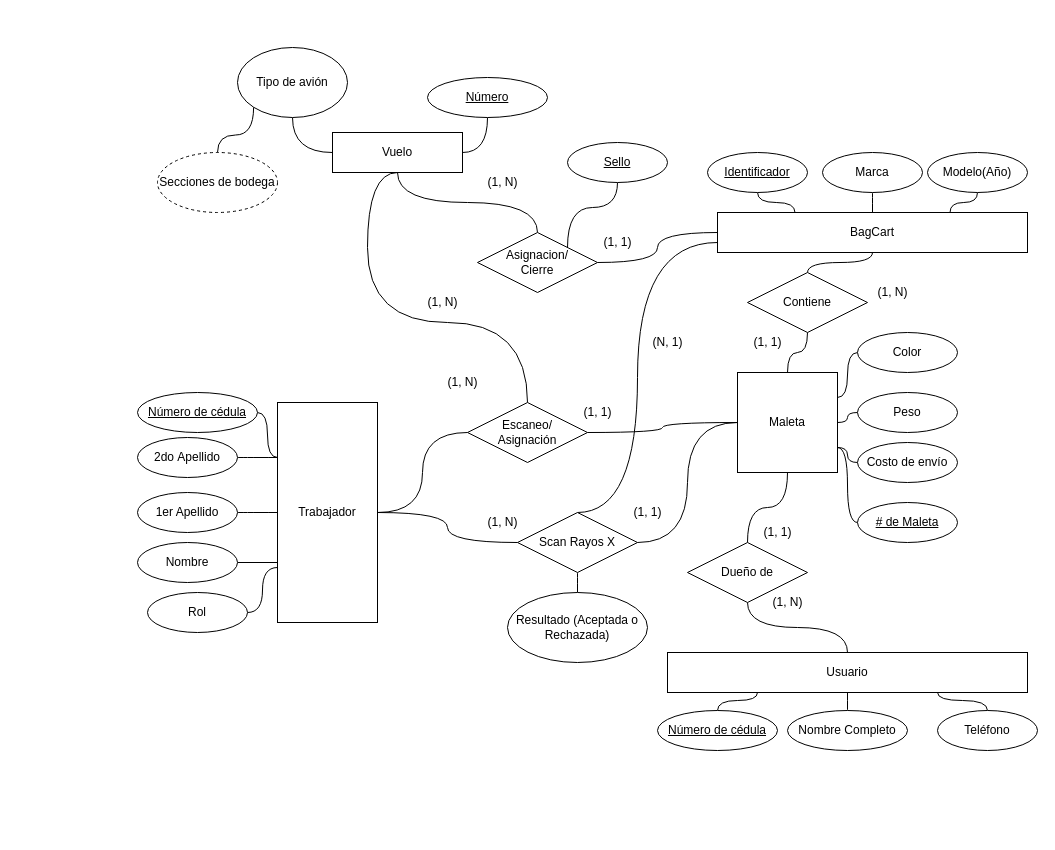
Above: doc/DiagramaER.drawio in itcr3442/CE3101-Tabas (draw.io), before the change. Source tidied: cells renumbered, new cells numbered last; positions are measured from the earlier drawing's top-left corner, leaving out a move shared by most shapes. Both pictures are drawn from the tidied source at 100%, with x=0, y=0 at pixel (137, 47).
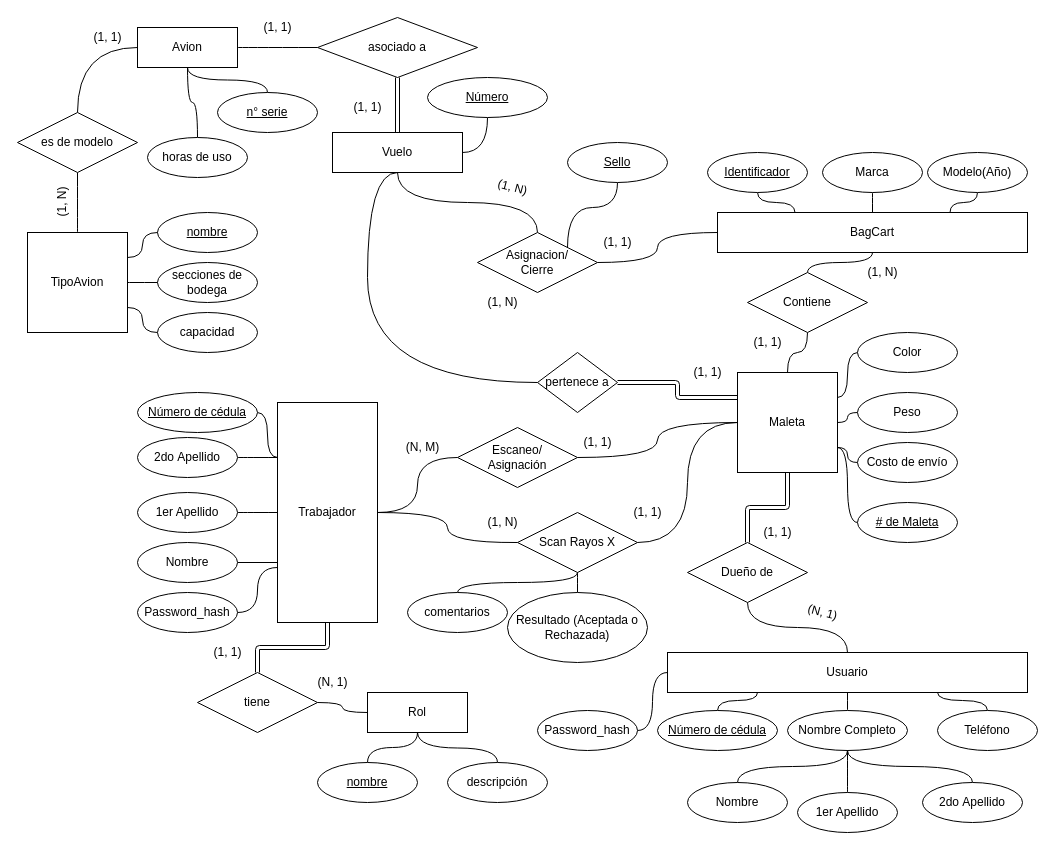
The same diagram, later.

Commit message (it also covers changes not shown here):
agregar correcciones a modelo conceptual. - Se modifica el diagrama ER - Cambios en código ilustrar las correciones del diagrama ER - Avance en mapeo a un modelo relacional (TC3)

Unchanged cells that the change refers to:
```xml
<mxCell id="3" value="Trabajador" style="whiteSpace=wrap;html=1;align=center;" parent="1" vertex="1">
  <mxGeometry x="140" y="355" width="100" height="220" as="geometry" />
</mxCell>
<mxCell id="15" value="Maleta" style="whiteSpace=wrap;html=1;align=center;" parent="1" vertex="1">
  <mxGeometry x="600" y="325" width="100" height="100" as="geometry" />
</mxCell>
<mxCell id="24" value="Usuario" style="whiteSpace=wrap;html=1;align=center;" parent="1" vertex="1">
  <mxGeometry x="530" y="605" width="360" height="40" as="geometry" />
</mxCell>
<mxCell id="28" value="Nombre Completo" style="ellipse;whiteSpace=wrap;html=1;align=center;" parent="1" vertex="1">
  <mxGeometry x="650" y="663" width="120" height="40" as="geometry" />
</mxCell>
<mxCell id="32" value="Dueño de" style="shape=rhombus;perimeter=rhombusPerimeter;whiteSpace=wrap;html=1;align=center;" parent="1" vertex="1">
  <mxGeometry x="550" y="495" width="120" height="60" as="geometry" />
</mxCell>
<mxCell id="34" value="BagCart" style="whiteSpace=wrap;html=1;align=center;" parent="1" vertex="1">
  <mxGeometry x="580" y="165" width="310" height="40" as="geometry" />
</mxCell>
<mxCell id="45" value="Vuelo" style="whiteSpace=wrap;html=1;align=center;" parent="1" vertex="1">
  <mxGeometry x="195" y="85" width="130" height="40" as="geometry" />
</mxCell>
<mxCell id="57" value="Scan Rayos X" style="shape=rhombus;perimeter=rhombusPerimeter;whiteSpace=wrap;html=1;align=center;" parent="1" vertex="1">
  <mxGeometry x="380" y="465" width="120" height="60" as="geometry" />
</mxCell>
```

What changed in the source:
```diff
@@
-    <mxCell id="2" style="edgeStyle=orthogonalEdgeStyle;html=1;exitX=1;exitY=0.5;exitDx=0;exitDy=0;entryX=0;entryY=0.5;entryDx=0;entryDy=0;endArrow=none;endFill=0;curved=1;" parent="1" edge="1" source="3" target="57">
-      <mxGeometry relative="1" as="geometry" />
+    <mxCell id="2" style="edgeStyle=orthogonalEdgeStyle;html=1;exitX=1;exitY=0.5;exitDx=0;exitDy=0;endArrow=none;endFill=0;curved=1;" parent="1" edge="1" source="3">
+      <mxGeometry relative="1" as="geometry">
+        <mxPoint x="380" y="495" as="targetPoint" />
+      </mxGeometry>
     </mxCell>
+    <mxCell id="76" style="edgeStyle=orthogonalEdgeStyle;curved=1;html=1;exitX=0.5;exitY=1;exitDx=0;exitDy=0;entryX=0.5;entryY=0;entryDx=0;entryDy=0;endArrow=none;endFill=0;shape=link;" parent="1" edge="1" source="3" target="92">
+      <mxGeometry relative="1" as="geometry" />
+    </mxCell>
@@
-    <mxCell id="12" style="edgeStyle=orthogonalEdgeStyle;curved=1;html=1;exitX=1;exitY=0.5;exitDx=0;exitDy=0;entryX=0;entryY=0.75;entryDx=0;entryDy=0;endArrow=none;endFill=0;" parent="1" edge="1" source="13" target="3">
-      <mxGeometry relative="1" as="geometry" />
-    </mxCell>
-    <mxCell id="13" value="Rol" style="ellipse;whiteSpace=wrap;html=1;align=center;" parent="1" vertex="1">
-      <mxGeometry x="10" y="545" width="100" height="40" as="geometry" />
-    </mxCell>
-    <mxCell id="14" style="edgeStyle=orthogonalEdgeStyle;curved=1;html=1;exitX=0.5;exitY=1;exitDx=0;exitDy=0;entryX=0.5;entryY=0;entryDx=0;entryDy=0;endArrow=none;endFill=0;" parent="1" edge="1" source="15" target="32">
+    <mxCell id="14" style="edgeStyle=orthogonalEdgeStyle;curved=1;html=1;exitX=0.5;exitY=1;exitDx=0;exitDy=0;entryX=0.5;entryY=0;entryDx=0;entryDy=0;endArrow=none;endFill=0;shape=link;" parent="1" edge="1" source="15" target="32">
       <mxGeometry relative="1" as="geometry" />
     </mxCell>
@@
-    <mxCell id="44" style="edgeStyle=orthogonalEdgeStyle;html=1;exitX=0.5;exitY=1;exitDx=0;exitDy=0;entryX=0.5;entryY=0;entryDx=0;entryDy=0;endArrow=none;endFill=0;curved=1;" parent="1" edge="1" source="45" target="61">
-      <mxGeometry relative="1" as="geometry">
-        <Array as="points">
-          <mxPoint x="230" y="125" />
-          <mxPoint x="230" y="275" />
-          <mxPoint x="390" y="275" />
-        </Array>
-      </mxGeometry>
-    </mxCell>
+    <mxCell id="77" style="edgeStyle=orthogonalEdgeStyle;curved=1;html=1;exitX=0.5;exitY=0;exitDx=0;exitDy=0;entryX=0.5;entryY=1;entryDx=0;entryDy=0;endArrow=none;endFill=0;shape=link;" parent="1" edge="1" source="45" target="95">
+      <mxGeometry relative="1" as="geometry" />
+    </mxCell>
@@
-    <mxCell id="48" style="edgeStyle=orthogonalEdgeStyle;curved=1;html=1;exitX=0.5;exitY=1;exitDx=0;exitDy=0;entryX=0;entryY=0.5;entryDx=0;entryDy=0;endArrow=none;endFill=0;" parent="1" edge="1" source="50" target="45">
-      <mxGeometry relative="1" as="geometry" />
-    </mxCell>
-    <mxCell id="49" style="edgeStyle=orthogonalEdgeStyle;curved=1;html=1;exitX=0;exitY=1;exitDx=0;exitDy=0;entryX=0.5;entryY=0;entryDx=0;entryDy=0;endArrow=none;endFill=0;" parent="1" edge="1" source="50" target="51">
-      <mxGeometry relative="1" as="geometry" />
-    </mxCell>
-    <mxCell id="50" value="Tipo de avión" style="ellipse;whiteSpace=wrap;html=1;align=center;" parent="1" vertex="1">
-      <mxGeometry x="100" width="110" height="70" as="geometry" />
-    </mxCell>
-    <mxCell id="51" value="Secciones de bodega" style="ellipse;whiteSpace=wrap;html=1;align=center;dashed=1;" parent="1" vertex="1">
-      <mxGeometry x="20" y="105" width="120" height="60" as="geometry" />
-    </mxCell>
@@
-    <mxCell id="56" style="edgeStyle=orthogonalEdgeStyle;curved=1;html=1;exitX=0.5;exitY=0;exitDx=0;exitDy=0;entryX=0;entryY=0.75;entryDx=0;entryDy=0;endArrow=none;endFill=0;" parent="1" edge="1" source="57" target="34">
-      <mxGeometry relative="1" as="geometry">
-        <Array as="points">
-          <mxPoint x="500" y="465" />
-          <mxPoint x="500" y="195" />
-        </Array>
-      </mxGeometry>
-    </mxCell>
@@
     <mxCell id="61" value="Escaneo/&lt;br&gt;Asignación" style="shape=rhombus;perimeter=rhombusPerimeter;whiteSpace=wrap;html=1;align=center;" parent="1" vertex="1">
-      <mxGeometry x="330" y="355" width="120" height="60" as="geometry" />
+      <mxGeometry x="320" y="380" width="120" height="60" as="geometry" />
     </mxCell>
-    <mxCell id="62" value="(1, N)" style="text;html=1;align=center;verticalAlign=middle;strokeColor=none;fillColor=none;" parent="1" vertex="1">
-      <mxGeometry x="300" y="325" width="50" height="20" as="geometry" />
+    <mxCell id="62" value="(N, M)" style="text;html=1;align=center;verticalAlign=middle;strokeColor=none;fillColor=none;" parent="1" vertex="1">
+      <mxGeometry x="260" y="390" width="50" height="20" as="geometry" />
     </mxCell>
@@
     <mxCell id="65" value="(1, 1)" style="text;html=1;align=center;verticalAlign=middle;strokeColor=none;fillColor=none;" parent="1" vertex="1">
-      <mxGeometry x="440" y="355" width="40" height="20" as="geometry" />
+      <mxGeometry x="440" y="385" width="40" height="20" as="geometry" />
     </mxCell>
@@
-    <mxCell id="68" value="(1, N)" style="text;html=1;align=center;verticalAlign=middle;strokeColor=none;fillColor=none;" parent="1" vertex="1">
-      <mxGeometry x="625" y="545" width="50" height="20" as="geometry" />
-    </mxCell>
     <mxCell id="69" value="(1, N)" style="text;html=1;align=center;verticalAlign=middle;strokeColor=none;fillColor=none;" parent="1" vertex="1">
-      <mxGeometry x="730" y="235" width="50" height="20" as="geometry" />
+      <mxGeometry x="720" y="215" width="50" height="20" as="geometry" />
     </mxCell>
@@
-    <mxCell id="73" value="(1, N)" style="text;html=1;align=center;verticalAlign=middle;strokeColor=none;fillColor=none;" parent="1" vertex="1">
-      <mxGeometry x="280" y="245" width="50" height="20" as="geometry" />
-    </mxCell>
-    <mxCell id="74" value="(1, N)" style="text;html=1;align=center;verticalAlign=middle;strokeColor=none;fillColor=none;" parent="1" vertex="1">
-      <mxGeometry x="340" y="125" width="50" height="20" as="geometry" />
+    <mxCell id="74" value="(1, N)" style="text;html=1;align=center;verticalAlign=middle;strokeColor=none;fillColor=none;rotation=15;" parent="1" vertex="1">
+      <mxGeometry x="350" y="130" width="50" height="20" as="geometry" />
     </mxCell>
+    <mxCell id="78" style="edgeStyle=orthogonalEdgeStyle;html=1;exitX=0;exitY=0.5;exitDx=0;exitDy=0;entryX=0.5;entryY=1;entryDx=0;entryDy=0;endArrow=none;endFill=0;curved=1;" parent="1" edge="1" source="80" target="45">
+      <mxGeometry relative="1" as="geometry">
+        <Array as="points">
+          <mxPoint x="230" y="335" />
+          <mxPoint x="230" y="125" />
+        </Array>
+      </mxGeometry>
+    </mxCell>
+    <mxCell id="79" style="edgeStyle=orthogonalEdgeStyle;curved=1;html=1;exitX=1;exitY=0.5;exitDx=0;exitDy=0;entryX=0;entryY=0.25;entryDx=0;entryDy=0;endArrow=none;endFill=0;shape=link;" parent="1" edge="1" source="80" target="15">
+      <mxGeometry relative="1" as="geometry" />
+    </mxCell>
+    <mxCell id="80" value="pertenece a" style="shape=rhombus;perimeter=rhombusPerimeter;whiteSpace=wrap;html=1;align=center;" parent="1" vertex="1">
+      <mxGeometry x="400" y="305" width="80" height="60" as="geometry" />
+    </mxCell>
+    <mxCell id="81" value="(1, 1)" style="text;html=1;align=center;verticalAlign=middle;strokeColor=none;fillColor=none;" parent="1" vertex="1">
+      <mxGeometry x="550" y="315" width="40" height="20" as="geometry" />
+    </mxCell>
+    <mxCell id="82" value="(1, N)" style="text;html=1;align=center;verticalAlign=middle;strokeColor=none;fillColor=none;" parent="1" vertex="1">
+      <mxGeometry x="340" y="245" width="50" height="20" as="geometry" />
+    </mxCell>
+    <mxCell id="83" style="edgeStyle=orthogonalEdgeStyle;html=1;exitX=1;exitY=0.5;exitDx=0;exitDy=0;entryX=0;entryY=0.75;entryDx=0;entryDy=0;curved=1;endArrow=none;endFill=0;" parent="1" edge="1" source="84" target="3">
+      <mxGeometry relative="1" as="geometry" />
+    </mxCell>
+    <mxCell id="84" value="Password_hash" style="ellipse;whiteSpace=wrap;html=1;align=center;" parent="1" vertex="1">
+      <mxGeometry y="545" width="100" height="40" as="geometry" />
+    </mxCell>
+    <mxCell id="85" style="edgeStyle=orthogonalEdgeStyle;curved=1;html=1;exitX=1;exitY=0.5;exitDx=0;exitDy=0;entryX=0;entryY=0.5;entryDx=0;entryDy=0;endArrow=none;endFill=0;" parent="1" edge="1" source="86" target="24">
+      <mxGeometry relative="1" as="geometry" />
+    </mxCell>
+    <mxCell id="86" value="Password_hash" style="ellipse;whiteSpace=wrap;html=1;align=center;" parent="1" vertex="1">
+      <mxGeometry x="400" y="663" width="100" height="40" as="geometry" />
+    </mxCell>
+    <mxCell id="13" value="Rol" style="whiteSpace=wrap;html=1;align=center;" parent="1" vertex="1">
+      <mxGeometry x="230" y="645" width="100" height="40" as="geometry" />
+    </mxCell>
+    <mxCell id="87" style="edgeStyle=orthogonalEdgeStyle;curved=1;html=1;exitX=0.5;exitY=0;exitDx=0;exitDy=0;entryX=0.5;entryY=1;entryDx=0;entryDy=0;endArrow=none;endFill=0;" parent="1" edge="1" source="88" target="13">
+      <mxGeometry relative="1" as="geometry" />
+    </mxCell>
+    <mxCell id="88" value="nombre" style="ellipse;whiteSpace=wrap;html=1;align=center;fontStyle=4;" parent="1" vertex="1">
+      <mxGeometry x="180" y="715" width="100" height="40" as="geometry" />
+    </mxCell>
+    <mxCell id="89" style="edgeStyle=orthogonalEdgeStyle;curved=1;html=1;exitX=0.5;exitY=0;exitDx=0;exitDy=0;endArrow=none;endFill=0;" parent="1" edge="1" source="90">
+      <mxGeometry relative="1" as="geometry">
+        <mxPoint x="280" y="685" as="targetPoint" />
+      </mxGeometry>
+    </mxCell>
+    <mxCell id="90" value="descripción" style="ellipse;whiteSpace=wrap;html=1;align=center;" parent="1" vertex="1">
+      <mxGeometry x="310" y="715" width="100" height="40" as="geometry" />
+    </mxCell>
+    <mxCell id="91" style="edgeStyle=orthogonalEdgeStyle;curved=1;html=1;exitX=1;exitY=0.5;exitDx=0;exitDy=0;entryX=0;entryY=0.5;entryDx=0;entryDy=0;endArrow=none;endFill=0;" parent="1" edge="1" source="92" target="13">
+      <mxGeometry relative="1" as="geometry" />
+    </mxCell>
+    <mxCell id="92" value="tiene" style="shape=rhombus;perimeter=rhombusPerimeter;whiteSpace=wrap;html=1;align=center;" parent="1" vertex="1">
+      <mxGeometry x="60" y="625" width="120" height="60" as="geometry" />
+    </mxCell>
+    <mxCell id="93" value="secciones de bodega" style="ellipse;whiteSpace=wrap;html=1;align=center;" parent="1" vertex="1">
+      <mxGeometry x="20" y="215" width="100" height="40" as="geometry" />
+    </mxCell>
+    <mxCell id="94" value="nombre" style="ellipse;whiteSpace=wrap;html=1;align=center;fontStyle=4;" parent="1" vertex="1">
+      <mxGeometry x="20" y="165" width="100" height="40" as="geometry" />
+    </mxCell>
+    <mxCell id="95" value="asociado a" style="shape=rhombus;perimeter=rhombusPerimeter;whiteSpace=wrap;html=1;align=center;" parent="1" vertex="1">
+      <mxGeometry x="180" y="-30" width="160" height="60" as="geometry" />
+    </mxCell>
+    <mxCell id="96" value="(1, 1)" style="text;html=1;align=center;verticalAlign=middle;strokeColor=none;fillColor=none;" parent="1" vertex="1">
+      <mxGeometry x="210" y="50" width="40" height="20" as="geometry" />
+    </mxCell>
+    <mxCell id="97" value="(1, 1)" style="text;html=1;align=center;verticalAlign=middle;strokeColor=none;fillColor=none;" parent="1" vertex="1">
+      <mxGeometry x="120" y="-30" width="40" height="20" as="geometry" />
+    </mxCell>
+    <mxCell id="98" value="(1, 1)" style="text;html=1;align=center;verticalAlign=middle;strokeColor=none;fillColor=none;" parent="1" vertex="1">
+      <mxGeometry x="70" y="595" width="40" height="20" as="geometry" />
+    </mxCell>
     <mxCell id="75" value="(N, 1)" style="text;html=1;align=center;verticalAlign=middle;strokeColor=none;fillColor=none;" parent="1" vertex="1">
-      <mxGeometry x="505" y="285" width="50" height="20" as="geometry" />
+      <mxGeometry x="170" y="625" width="50" height="20" as="geometry" />
     </mxCell>
+    <mxCell id="99" style="edgeStyle=orthogonalEdgeStyle;curved=1;html=1;exitX=0.5;exitY=0;exitDx=0;exitDy=0;entryX=0.5;entryY=1;entryDx=0;entryDy=0;endArrow=none;endFill=0;" parent="1" edge="1" source="103" target="109">
+      <mxGeometry relative="1" as="geometry" />
+    </mxCell>
+    <mxCell id="100" style="edgeStyle=orthogonalEdgeStyle;curved=1;html=1;exitX=1;exitY=0.25;exitDx=0;exitDy=0;entryX=0;entryY=0.5;entryDx=0;entryDy=0;endArrow=none;endFill=0;" parent="1" edge="1" source="103" target="94">
+      <mxGeometry relative="1" as="geometry" />
+    </mxCell>
+    <mxCell id="101" style="edgeStyle=orthogonalEdgeStyle;curved=1;html=1;exitX=1;exitY=0.5;exitDx=0;exitDy=0;entryX=0;entryY=0.5;entryDx=0;entryDy=0;endArrow=none;endFill=0;" parent="1" edge="1" source="103" target="93">
+      <mxGeometry relative="1" as="geometry" />
+    </mxCell>
+    <mxCell id="102" style="edgeStyle=orthogonalEdgeStyle;curved=1;html=1;exitX=1;exitY=0.75;exitDx=0;exitDy=0;entryX=0;entryY=0.5;entryDx=0;entryDy=0;endArrow=none;endFill=0;" parent="1" edge="1" source="103" target="115">
+      <mxGeometry relative="1" as="geometry" />
+    </mxCell>
+    <mxCell id="103" value="TipoAvion" style="whiteSpace=wrap;html=1;align=center;" parent="1" vertex="1">
+      <mxGeometry x="-110" y="185" width="100" height="100" as="geometry" />
+    </mxCell>
+    <mxCell id="104" style="edgeStyle=orthogonalEdgeStyle;curved=1;html=1;exitX=1;exitY=0.5;exitDx=0;exitDy=0;entryX=0;entryY=0.5;entryDx=0;entryDy=0;endArrow=none;endFill=0;" parent="1" edge="1" source="105" target="95">
+      <mxGeometry relative="1" as="geometry" />
+    </mxCell>
+    <mxCell id="105" value="Avion" style="whiteSpace=wrap;html=1;align=center;" parent="1" vertex="1">
+      <mxGeometry y="-20" width="100" height="40" as="geometry" />
+    </mxCell>
+    <mxCell id="106" style="edgeStyle=orthogonalEdgeStyle;curved=1;html=1;exitX=0.5;exitY=0;exitDx=0;exitDy=0;entryX=0.5;entryY=1;entryDx=0;entryDy=0;endArrow=none;endFill=0;" parent="1" edge="1" source="107" target="105">
+      <mxGeometry relative="1" as="geometry" />
+    </mxCell>
+    <mxCell id="107" value="n° serie" style="ellipse;whiteSpace=wrap;html=1;align=center;fontStyle=4;" parent="1" vertex="1">
+      <mxGeometry x="80" y="45" width="100" height="40" as="geometry" />
+    </mxCell>
+    <mxCell id="108" style="edgeStyle=orthogonalEdgeStyle;curved=1;html=1;exitX=0.5;exitY=0;exitDx=0;exitDy=0;entryX=0;entryY=0.5;entryDx=0;entryDy=0;endArrow=none;endFill=0;" parent="1" edge="1" source="109" target="105">
+      <mxGeometry relative="1" as="geometry" />
+    </mxCell>
+    <mxCell id="109" value="es de modelo" style="shape=rhombus;perimeter=rhombusPerimeter;whiteSpace=wrap;html=1;align=center;" parent="1" vertex="1">
+      <mxGeometry x="-120" y="65" width="120" height="60" as="geometry" />
+    </mxCell>
+    <mxCell id="110" style="edgeStyle=orthogonalEdgeStyle;curved=1;html=1;exitX=0.5;exitY=0;exitDx=0;exitDy=0;entryX=0.5;entryY=1;entryDx=0;entryDy=0;endArrow=none;endFill=0;" parent="1" edge="1" source="111" target="105">
+      <mxGeometry relative="1" as="geometry" />
+    </mxCell>
+    <mxCell id="111" value="horas de uso" style="ellipse;whiteSpace=wrap;html=1;align=center;" parent="1" vertex="1">
+      <mxGeometry x="10" y="90" width="100" height="40" as="geometry" />
+    </mxCell>
+    <mxCell id="112" value="(1, 1)" style="text;html=1;align=center;verticalAlign=middle;strokeColor=none;fillColor=none;" parent="1" vertex="1">
+      <mxGeometry x="-50" y="-20" width="40" height="20" as="geometry" />
+    </mxCell>
+    <mxCell id="113" value="(1, N)" style="text;html=1;align=center;verticalAlign=middle;strokeColor=none;fillColor=none;rotation=-90;" parent="1" vertex="1">
+      <mxGeometry x="-100" y="145" width="50" height="20" as="geometry" />
+    </mxCell>
+    <mxCell id="114" value="(N, 1)" style="text;html=1;align=center;verticalAlign=middle;strokeColor=none;fillColor=none;rotation=15;" parent="1" vertex="1">
+      <mxGeometry x="660" y="555" width="50" height="20" as="geometry" />
+    </mxCell>
+    <mxCell id="115" value="capacidad" style="ellipse;whiteSpace=wrap;html=1;align=center;" parent="1" vertex="1">
+      <mxGeometry x="20" y="265" width="100" height="40" as="geometry" />
+    </mxCell>
+    <mxCell id="116" style="edgeStyle=orthogonalEdgeStyle;curved=1;html=1;exitX=0.5;exitY=0;exitDx=0;exitDy=0;entryX=0.5;entryY=1;entryDx=0;entryDy=0;endArrow=none;endFill=0;" parent="1" edge="1" source="117" target="28">
+      <mxGeometry relative="1" as="geometry" />
+    </mxCell>
+    <mxCell id="117" value="Nombre" style="ellipse;whiteSpace=wrap;html=1;align=center;" parent="1" vertex="1">
+      <mxGeometry x="550" y="735" width="100" height="40" as="geometry" />
+    </mxCell>
+    <mxCell id="118" style="edgeStyle=orthogonalEdgeStyle;curved=1;html=1;exitX=0.5;exitY=0;exitDx=0;exitDy=0;entryX=0.5;entryY=1;entryDx=0;entryDy=0;endArrow=none;endFill=0;" parent="1" edge="1" source="119" target="28">
+      <mxGeometry relative="1" as="geometry" />
+    </mxCell>
+    <mxCell id="119" value="1er Apellido" style="ellipse;whiteSpace=wrap;html=1;align=center;" parent="1" vertex="1">
+      <mxGeometry x="660" y="745" width="100" height="40" as="geometry" />
+    </mxCell>
+    <mxCell id="120" style="edgeStyle=orthogonalEdgeStyle;curved=1;html=1;exitX=0.5;exitY=0;exitDx=0;exitDy=0;entryX=0.5;entryY=1;entryDx=0;entryDy=0;endArrow=none;endFill=0;" parent="1" edge="1" source="121" target="28">
+      <mxGeometry relative="1" as="geometry" />
+    </mxCell>
+    <mxCell id="121" value="2do&amp;nbsp;Apellido" style="ellipse;whiteSpace=wrap;html=1;align=center;" parent="1" vertex="1">
+      <mxGeometry x="785" y="735" width="100" height="40" as="geometry" />
+    </mxCell>
+    <mxCell id="122" style="edgeStyle=orthogonalEdgeStyle;curved=1;html=1;exitX=0.5;exitY=0;exitDx=0;exitDy=0;entryX=0.5;entryY=1;entryDx=0;entryDy=0;endArrow=none;endFill=0;" parent="1" edge="1" source="123" target="57">
+      <mxGeometry relative="1" as="geometry" />
+    </mxCell>
+    <mxCell id="123" value="comentarios" style="ellipse;whiteSpace=wrap;html=1;align=center;" parent="1" vertex="1">
+      <mxGeometry x="270" y="545" width="100" height="40" as="geometry" />
+    </mxCell>
```
